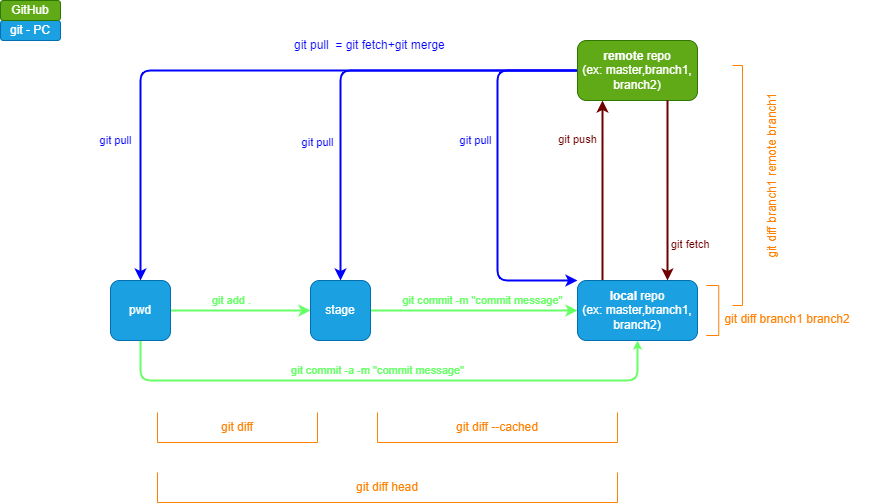
This is img/workflow-git.drawio.png from rickey-alok/techwriter-go-to-doc, a draw.io export, as it was before one commit. Source tidied: cells renumbered, new cells last; positions are measured from the earlier drawing's top-left corner, leaving out a move shared by most shapes.
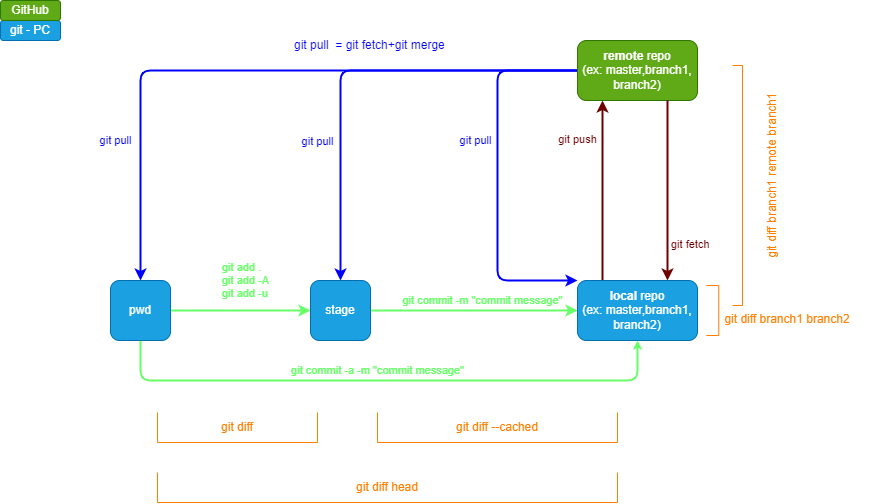
After the change.

Change to the diagram source:
```diff
@@ -42,9 +42,9 @@
     <mxCell id="8" style="edgeStyle=none;html=1;strokeColor=#66FF66;fillColor=#60a917;strokeWidth=2;" parent="1" edge="1" source="11" target="14">
       <mxGeometry relative="1" as="geometry" />
     </mxCell>
-    <mxCell id="9" value="git add ." style="edgeLabel;html=1;align=center;verticalAlign=middle;fontColor=#66FF66;" parent="8" vertex="1">
+    <mxCell id="9" value="git add .&lt;br&gt;git add -A&lt;br&gt;git add -u" style="edgeLabel;html=1;align=left;verticalAlign=middle;fontColor=#66FF66;" parent="8" vertex="1">
       <mxGeometry x="0.55" relative="1" as="geometry">
-        <mxPoint x="-48" y="-10" as="offset" />
+        <mxPoint x="-58" y="-30" as="offset" />
       </mxGeometry>
     </mxCell>
     <mxCell id="10" style="edgeStyle=none;html=1;entryX=0.5;entryY=1;entryDx=0;entryDy=0;fontColor=#0000FF;exitX=0.5;exitY=1;exitDx=0;exitDy=0;fillColor=#60a917;strokeColor=#66FF66;strokeWidth=2;endSize=3;" parent="1" edge="1" source="11" target="17">
```
